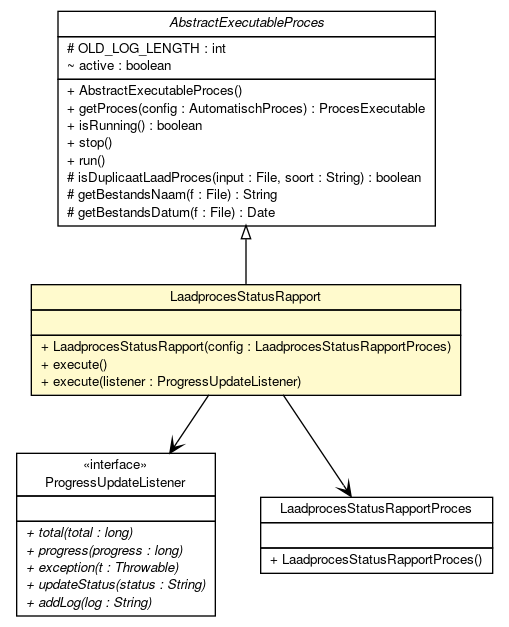
The Graphviz diagram brmo-service/apidocs/nl/b3p/brmo/service/scanner/LaadprocesStatusRapport.png in B3Partners/brmo, before a commit. Its source is kept beside it as brmo-service/apidocs/nl/b3p/brmo/service/scanner/LaadprocesStatusRapport.dot. The source it was exported from:
```dot

digraph G {
	edge [fontname="Helvetica",fontsize=10,labelfontname="Helvetica",labelfontsize=10];
	node [fontname="Helvetica",fontsize=10,shape=plaintext];
	nodesep=0.25;
	ranksep=0.5;
	c1868 [label=<<table title="nl.b3p.brmo.service.scanner.AbstractExecutableProces" border="0" cellborder="1" cellspacing="0" cellpadding="2" port="p" href="./AbstractExecutableProces.html">
		<tr><td><table border="0" cellspacing="0" cellpadding="1">
<tr><td align="center" balign="center"><font face="Helvetica-Oblique"> AbstractExecutableProces </font></td></tr>
		</table></td></tr>
		<tr><td><table border="0" cellspacing="0" cellpadding="1">
<tr><td align="left" balign="left"> # OLD_LOG_LENGTH : int </td></tr>
<tr><td align="left" balign="left"> ~ active : boolean </td></tr>
		</table></td></tr>
		<tr><td><table border="0" cellspacing="0" cellpadding="1">
<tr><td align="left" balign="left"> + AbstractExecutableProces() </td></tr>
<tr><td align="left" balign="left"> + getProces(config : AutomatischProces) : ProcesExecutable </td></tr>
<tr><td align="left" balign="left"> + isRunning() : boolean </td></tr>
<tr><td align="left" balign="left"> + stop() </td></tr>
<tr><td align="left" balign="left"> + run() </td></tr>
<tr><td align="left" balign="left"> # isDuplicaatLaadProces(input : File, soort : String) : boolean </td></tr>
<tr><td align="left" balign="left"> # getBestandsNaam(f : File) : String </td></tr>
<tr><td align="left" balign="left"> # getBestandsDatum(f : File) : Date </td></tr>
		</table></td></tr>
		</table>>, URL="./AbstractExecutableProces.html", fontname="Helvetica", fontcolor="black", fontsize=10.0];
	c1870 [label=<<table title="nl.b3p.brmo.service.scanner.ProgressUpdateListener" border="0" cellborder="1" cellspacing="0" cellpadding="2" port="p" href="./ProgressUpdateListener.html">
		<tr><td><table border="0" cellspacing="0" cellpadding="1">
<tr><td align="center" balign="center"> &#171;interface&#187; </td></tr>
<tr><td align="center" balign="center"> ProgressUpdateListener </td></tr>
		</table></td></tr>
		<tr><td><table border="0" cellspacing="0" cellpadding="1">
<tr><td align="left" balign="left">  </td></tr>
		</table></td></tr>
		<tr><td><table border="0" cellspacing="0" cellpadding="1">
<tr><td align="left" balign="left"><font face="Helvetica-Oblique" point-size="10.0"> + total(total : long) </font></td></tr>
<tr><td align="left" balign="left"><font face="Helvetica-Oblique" point-size="10.0"> + progress(progress : long) </font></td></tr>
<tr><td align="left" balign="left"><font face="Helvetica-Oblique" point-size="10.0"> + exception(t : Throwable) </font></td></tr>
<tr><td align="left" balign="left"><font face="Helvetica-Oblique" point-size="10.0"> + updateStatus(status : String) </font></td></tr>
<tr><td align="left" balign="left"><font face="Helvetica-Oblique" point-size="10.0"> + addLog(log : String) </font></td></tr>
		</table></td></tr>
		</table>>, URL="./ProgressUpdateListener.html", fontname="Helvetica", fontcolor="black", fontsize=10.0];
	c1883 [label=<<table title="nl.b3p.brmo.service.scanner.LaadprocesStatusRapport" border="0" cellborder="1" cellspacing="0" cellpadding="2" port="p" bgcolor="lemonChiffon" href="./LaadprocesStatusRapport.html">
		<tr><td><table border="0" cellspacing="0" cellpadding="1">
<tr><td align="center" balign="center"> LaadprocesStatusRapport </td></tr>
		</table></td></tr>
		<tr><td><table border="0" cellspacing="0" cellpadding="1">
<tr><td align="left" balign="left">  </td></tr>
		</table></td></tr>
		<tr><td><table border="0" cellspacing="0" cellpadding="1">
<tr><td align="left" balign="left"> + LaadprocesStatusRapport(config : LaadprocesStatusRapportProces) </td></tr>
<tr><td align="left" balign="left"> + execute() </td></tr>
<tr><td align="left" balign="left"> + execute(listener : ProgressUpdateListener) </td></tr>
		</table></td></tr>
		</table>>, URL="./LaadprocesStatusRapport.html", fontname="Helvetica", fontcolor="black", fontsize=10.0];
	c1868:p -> c1883:p [dir=back,arrowtail=empty];
	c1883:p -> c1886:p [taillabel="", label="", headlabel="", fontname="Helvetica", fontcolor="black", fontsize=10.0, color="black", arrowhead=open];
	c1883:p -> c1870:p [taillabel="", label="", headlabel="", fontname="Helvetica", fontcolor="black", fontsize=10.0, color="black", arrowhead=open];
	c1886 [label=<<table title="nl.b3p.brmo.persistence.staging.LaadprocesStatusRapportProces" border="0" cellborder="1" cellspacing="0" cellpadding="2" port="p">
		<tr><td><table border="0" cellspacing="0" cellpadding="1">
<tr><td align="center" balign="center"> LaadprocesStatusRapportProces </td></tr>
		</table></td></tr>
		<tr><td><table border="0" cellspacing="0" cellpadding="1">
<tr><td align="left" balign="left">  </td></tr>
		</table></td></tr>
		<tr><td><table border="0" cellspacing="0" cellpadding="1">
<tr><td align="left" balign="left"> + LaadprocesStatusRapportProces() </td></tr>
		</table></td></tr>
		</table>>, URL="null", fontname="Helvetica", fontcolor="black", fontsize=10.0];
}
```
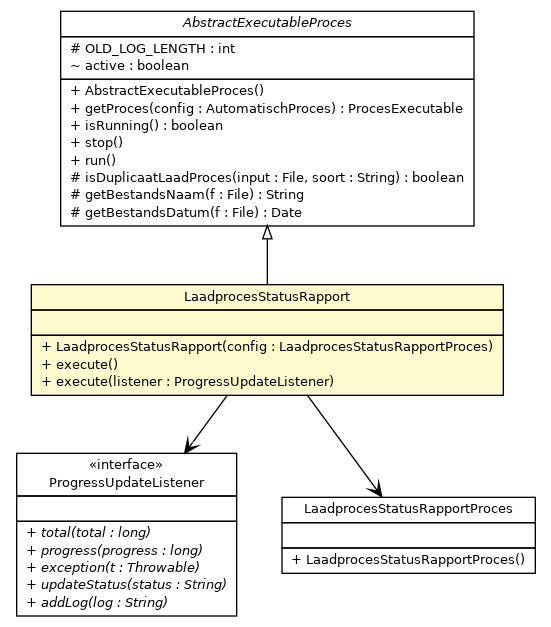
After the commit.

Change to the diagram source:
```diff
@@ -4,7 +4,36 @@
 	node [fontname="Helvetica",fontsize=10,shape=plaintext];
 	nodesep=0.25;
 	ranksep=0.5;
-	c1868 [label=<<table title="nl.b3p.brmo.service.scanner.AbstractExecutableProces" border="0" cellborder="1" cellspacing="0" cellpadding="2" port="p" href="./AbstractExecutableProces.html">
+	c1856 [label=<<table title="nl.b3p.brmo.service.scanner.ProgressUpdateListener" border="0" cellborder="1" cellspacing="0" cellpadding="2" port="p" href="./ProgressUpdateListener.html">
+		<tr><td><table border="0" cellspacing="0" cellpadding="1">
+<tr><td align="center" balign="center"> &#171;interface&#187; </td></tr>
+<tr><td align="center" balign="center"> ProgressUpdateListener </td></tr>
+		</table></td></tr>
+		<tr><td><table border="0" cellspacing="0" cellpadding="1">
+<tr><td align="left" balign="left">  </td></tr>
+		</table></td></tr>
+		<tr><td><table border="0" cellspacing="0" cellpadding="1">
+<tr><td align="left" balign="left"><font face="Helvetica-Oblique" point-size="10.0"> + total(total : long) </font></td></tr>
+<tr><td align="left" balign="left"><font face="Helvetica-Oblique" point-size="10.0"> + progress(progress : long) </font></td></tr>
+<tr><td align="left" balign="left"><font face="Helvetica-Oblique" point-size="10.0"> + exception(t : Throwable) </font></td></tr>
+<tr><td align="left" balign="left"><font face="Helvetica-Oblique" point-size="10.0"> + updateStatus(status : String) </font></td></tr>
+<tr><td align="left" balign="left"><font face="Helvetica-Oblique" point-size="10.0"> + addLog(log : String) </font></td></tr>
+		</table></td></tr>
+		</table>>, URL="./ProgressUpdateListener.html", fontname="Helvetica", fontcolor="black", fontsize=10.0];
+	c1858 [label=<<table title="nl.b3p.brmo.service.scanner.LaadprocesStatusRapport" border="0" cellborder="1" cellspacing="0" cellpadding="2" port="p" bgcolor="lemonChiffon" href="./LaadprocesStatusRapport.html">
+		<tr><td><table border="0" cellspacing="0" cellpadding="1">
+<tr><td align="center" balign="center"> LaadprocesStatusRapport </td></tr>
+		</table></td></tr>
+		<tr><td><table border="0" cellspacing="0" cellpadding="1">
+<tr><td align="left" balign="left">  </td></tr>
+		</table></td></tr>
+		<tr><td><table border="0" cellspacing="0" cellpadding="1">
+<tr><td align="left" balign="left"> + LaadprocesStatusRapport(config : LaadprocesStatusRapportProces) </td></tr>
+<tr><td align="left" balign="left"> + execute() </td></tr>
+<tr><td align="left" balign="left"> + execute(listener : ProgressUpdateListener) </td></tr>
+		</table></td></tr>
+		</table>>, URL="./LaadprocesStatusRapport.html", fontname="Helvetica", fontcolor="black", fontsize=10.0];
+	c1862 [label=<<table title="nl.b3p.brmo.service.scanner.AbstractExecutableProces" border="0" cellborder="1" cellspacing="0" cellpadding="2" port="p" href="./AbstractExecutableProces.html">
 		<tr><td><table border="0" cellspacing="0" cellpadding="1">
 <tr><td align="center" balign="center"><font face="Helvetica-Oblique"> AbstractExecutableProces </font></td></tr>
 		</table></td></tr>
@@ -23,38 +52,9 @@
 <tr><td align="left" balign="left"> # getBestandsDatum(f : File) : Date </td></tr>
 		</table></td></tr>
 		</table>>, URL="./AbstractExecutableProces.html", fontname="Helvetica", fontcolor="black", fontsize=10.0];
-	c1870 [label=<<table title="nl.b3p.brmo.service.scanner.ProgressUpdateListener" border="0" cellborder="1" cellspacing="0" cellpadding="2" port="p" href="./ProgressUpdateListener.html">
-		<tr><td><table border="0" cellspacing="0" cellpadding="1">
-<tr><td align="center" balign="center"> &#171;interface&#187; </td></tr>
-<tr><td align="center" balign="center"> ProgressUpdateListener </td></tr>
-		</table></td></tr>
-		<tr><td><table border="0" cellspacing="0" cellpadding="1">
-<tr><td align="left" balign="left">  </td></tr>
-		</table></td></tr>
-		<tr><td><table border="0" cellspacing="0" cellpadding="1">
-<tr><td align="left" balign="left"><font face="Helvetica-Oblique" point-size="10.0"> + total(total : long) </font></td></tr>
-<tr><td align="left" balign="left"><font face="Helvetica-Oblique" point-size="10.0"> + progress(progress : long) </font></td></tr>
-<tr><td align="left" balign="left"><font face="Helvetica-Oblique" point-size="10.0"> + exception(t : Throwable) </font></td></tr>
-<tr><td align="left" balign="left"><font face="Helvetica-Oblique" point-size="10.0"> + updateStatus(status : String) </font></td></tr>
-<tr><td align="left" balign="left"><font face="Helvetica-Oblique" point-size="10.0"> + addLog(log : String) </font></td></tr>
-		</table></td></tr>
-		</table>>, URL="./ProgressUpdateListener.html", fontname="Helvetica", fontcolor="black", fontsize=10.0];
-	c1883 [label=<<table title="nl.b3p.brmo.service.scanner.LaadprocesStatusRapport" border="0" cellborder="1" cellspacing="0" cellpadding="2" port="p" bgcolor="lemonChiffon" href="./LaadprocesStatusRapport.html">
-		<tr><td><table border="0" cellspacing="0" cellpadding="1">
-<tr><td align="center" balign="center"> LaadprocesStatusRapport </td></tr>
-		</table></td></tr>
-		<tr><td><table border="0" cellspacing="0" cellpadding="1">
-<tr><td align="left" balign="left">  </td></tr>
-		</table></td></tr>
-		<tr><td><table border="0" cellspacing="0" cellpadding="1">
-<tr><td align="left" balign="left"> + LaadprocesStatusRapport(config : LaadprocesStatusRapportProces) </td></tr>
-<tr><td align="left" balign="left"> + execute() </td></tr>
-<tr><td align="left" balign="left"> + execute(listener : ProgressUpdateListener) </td></tr>
-		</table></td></tr>
-		</table>>, URL="./LaadprocesStatusRapport.html", fontname="Helvetica", fontcolor="black", fontsize=10.0];
-	c1868:p -> c1883:p [dir=back,arrowtail=empty];
-	c1883:p -> c1886:p [taillabel="", label="", headlabel="", fontname="Helvetica", fontcolor="black", fontsize=10.0, color="black", arrowhead=open];
-	c1883:p -> c1870:p [taillabel="", label="", headlabel="", fontname="Helvetica", fontcolor="black", fontsize=10.0, color="black", arrowhead=open];
+	c1862:p -> c1858:p [dir=back,arrowtail=empty];
+	c1858:p -> c1886:p [taillabel="", label="", headlabel="", fontname="Helvetica", fontcolor="black", fontsize=10.0, color="black", arrowhead=open];
+	c1858:p -> c1856:p [taillabel="", label="", headlabel="", fontname="Helvetica", fontcolor="black", fontsize=10.0, color="black", arrowhead=open];
 	c1886 [label=<<table title="nl.b3p.brmo.persistence.staging.LaadprocesStatusRapportProces" border="0" cellborder="1" cellspacing="0" cellpadding="2" port="p">
 		<tr><td><table border="0" cellspacing="0" cellpadding="1">
 <tr><td align="center" balign="center"> LaadprocesStatusRapportProces </td></tr>
```
